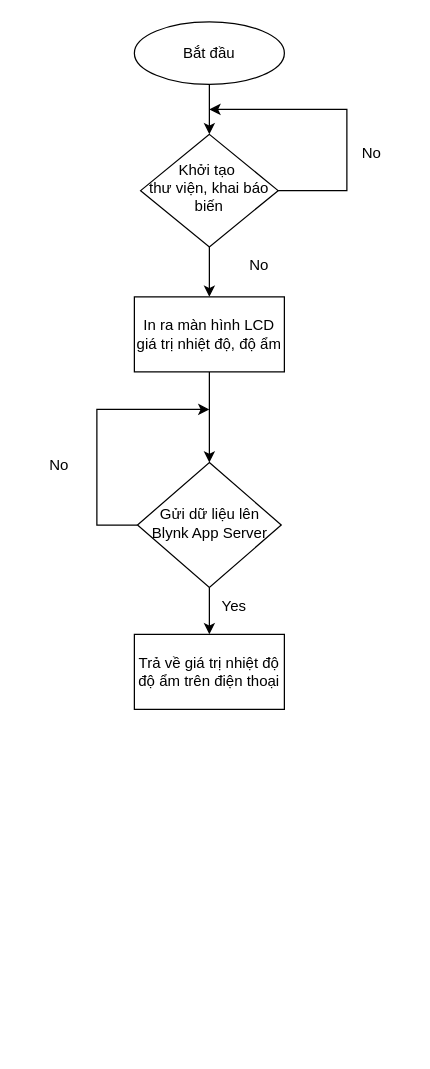
Earlier version of the draw.io diagram Pham_Van_Tri_2018605310/Quyen_bao_Cao/draw_io/follow_chart_esp32_01.drawio (lequangthinhhaui/doAn2022). Source tidied: cells renumbered, new cells numbered last; positions are measured from the earlier drawing's top-left corner, leaving out a move shared by most shapes. Both pictures are drawn from the tidied source at 125%, with x=0, y=0 at pixel (21, 21).
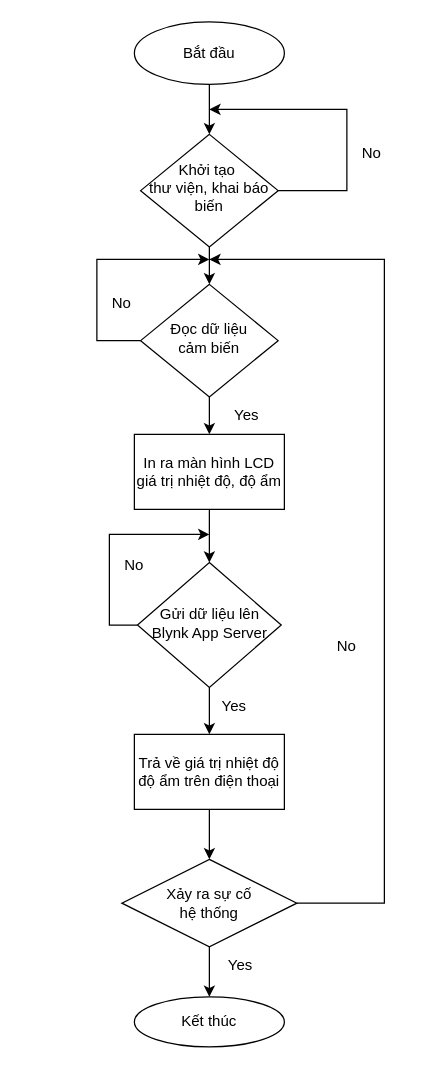
The same page after the edit.

The change refers to these unchanged cells:
```xml
<mxCell id="4" value="Khởi tạo&amp;nbsp;&lt;br&gt;thư viện, khai báo biến" style="rhombus;whiteSpace=wrap;html=1;shadow=0;fontFamily=Helvetica;fontSize=12;align=center;strokeWidth=1;spacing=6;spacingTop=-4;" parent="1" vertex="1">
  <mxGeometry x="95" y="90" width="110" height="90" as="geometry" />
</mxCell>
```

Diff of the diagram source:
```diff
@@
-    <mxCell id="3" style="edgeStyle=orthogonalEdgeStyle;rounded=0;jettySize=auto;html=1;entryX=0.5;entryY=0;entryDx=0;entryDy=0;" parent="1" edge="1" source="4" target="9">
-      <mxGeometry relative="1" as="geometry" />
-    </mxCell>
+    <mxCell id="17" style="edgeStyle=orthogonalEdgeStyle;rounded=0;jettySize=auto;html=1;entryX=0.5;entryY=0;entryDx=0;entryDy=0;" parent="1" edge="1" source="4" target="28">
+      <mxGeometry relative="1" as="geometry" />
+    </mxCell>
@@
     <mxCell id="5" style="edgeStyle=orthogonalEdgeStyle;rounded=0;jettySize=auto;html=1;" parent="1" edge="1" source="7">
       <mxGeometry relative="1" as="geometry">
-        <mxPoint x="150" y="310" as="targetPoint" />
+        <mxPoint x="150" y="410" as="targetPoint" />
         <Array as="points">
-          <mxPoint x="60" y="403" />
-          <mxPoint x="60" y="310" />
+          <mxPoint x="70" y="482" />
+          <mxPoint x="70" y="410" />
         </Array>
       </mxGeometry>
     </mxCell>
     <mxCell id="6" style="edgeStyle=orthogonalEdgeStyle;rounded=0;jettySize=auto;html=1;" parent="1" edge="1" source="7">
       <mxGeometry relative="1" as="geometry">
-        <mxPoint x="150" y="490" as="targetPoint" />
+        <mxPoint x="150" y="570" as="targetPoint" />
       </mxGeometry>
     </mxCell>
     <mxCell id="7" value="Gửi dữ liệu lên Blynk App Server" style="rhombus;whiteSpace=wrap;html=1;shadow=0;fontFamily=Helvetica;fontSize=12;align=center;strokeWidth=1;spacing=6;spacingTop=-4;" parent="1" vertex="1">
-      <mxGeometry x="92.5" y="352.5" width="115" height="100" as="geometry" />
+      <mxGeometry x="92.5" y="432.5" width="115" height="100" as="geometry" />
     </mxCell>
+    <mxCell id="18" style="edgeStyle=orthogonalEdgeStyle;rounded=0;jettySize=auto;html=1;" parent="1" edge="1" source="8" target="21">
+      <mxGeometry relative="1" as="geometry" />
+    </mxCell>
     <mxCell id="8" value="Trả về giá trị nhiệt độ độ ẩm trên điện thoại" style="rounded=0;whiteSpace=wrap;html=1;" parent="1" vertex="1">
-      <mxGeometry x="90" y="490" width="120" height="60" as="geometry" />
+      <mxGeometry x="90" y="570" width="120" height="60" as="geometry" />
     </mxCell>
     <mxCell id="9" value="In ra màn hình LCD giá trị nhiệt độ, độ ẩm" style="rounded=0;whiteSpace=wrap;html=1;" parent="1" vertex="1">
-      <mxGeometry x="90" y="220" width="120" height="60" as="geometry" />
+      <mxGeometry x="90" y="330" width="120" height="60" as="geometry" />
     </mxCell>
@@
     <mxCell id="11" value="Yes" style="text;html=1;strokeColor=none;fillColor=none;align=center;verticalAlign=middle;whiteSpace=wrap;rounded=0;" parent="1" vertex="1">
-      <mxGeometry x="140" y="452.5" width="60" height="30" as="geometry" />
+      <mxGeometry x="140" y="532.5" width="60" height="30" as="geometry" />
     </mxCell>
@@
     <mxCell id="14" value="No" style="text;html=1;strokeColor=none;fillColor=none;align=center;verticalAlign=middle;whiteSpace=wrap;rounded=0;" parent="1" vertex="1">
-      <mxGeometry y="340" width="60" height="30" as="geometry" />
+      <mxGeometry x="60" y="420" width="60" height="30" as="geometry" />
     </mxCell>
@@
-    <mxCell id="16" value="No" style="text;html=1;strokeColor=none;fillColor=none;align=center;verticalAlign=middle;whiteSpace=wrap;rounded=0;" parent="1" vertex="1">
-      <mxGeometry x="160" y="180" width="60" height="30" as="geometry" />
-    </mxCell>
+    <mxCell id="19" style="edgeStyle=orthogonalEdgeStyle;rounded=0;jettySize=auto;html=1;entryX=0.5;entryY=0;entryDx=0;entryDy=0;" parent="1" edge="1" source="21">
+      <mxGeometry relative="1" as="geometry">
+        <mxPoint x="150" y="780" as="targetPoint" />
+      </mxGeometry>
+    </mxCell>
+    <mxCell id="20" style="edgeStyle=orthogonalEdgeStyle;rounded=0;jettySize=auto;html=1;" parent="1" edge="1" source="21">
+      <mxGeometry relative="1" as="geometry">
+        <mxPoint x="150" y="190" as="targetPoint" />
+        <Array as="points">
+          <mxPoint x="290" y="705" />
+          <mxPoint x="290" y="190" />
+        </Array>
+      </mxGeometry>
+    </mxCell>
+    <mxCell id="21" value="Xảy ra sự cố &lt;br&gt;hệ thống" style="rhombus;whiteSpace=wrap;html=1;" parent="1" vertex="1">
+      <mxGeometry x="80" y="670" width="140" height="70" as="geometry" />
+    </mxCell>
+    <mxCell id="22" value="No" style="text;html=1;strokeColor=none;fillColor=none;align=center;verticalAlign=middle;whiteSpace=wrap;rounded=0;" parent="1" vertex="1">
+      <mxGeometry x="230" y="485" width="60" height="30" as="geometry" />
+    </mxCell>
+    <mxCell id="23" value="Yes" style="text;html=1;strokeColor=none;fillColor=none;align=center;verticalAlign=middle;whiteSpace=wrap;rounded=0;" parent="1" vertex="1">
+      <mxGeometry x="145" y="740" width="60" height="30" as="geometry" />
+    </mxCell>
+    <mxCell id="24" value="Kết thúc" style="ellipse;whiteSpace=wrap;html=1;" parent="1" vertex="1">
+      <mxGeometry x="90" y="780" width="120" height="40" as="geometry" />
+    </mxCell>
+    <mxCell id="25" value="Yes" style="text;html=1;strokeColor=none;fillColor=none;align=center;verticalAlign=middle;whiteSpace=wrap;rounded=0;" parent="1" vertex="1">
+      <mxGeometry x="150" y="300" width="60" height="30" as="geometry" />
+    </mxCell>
+    <mxCell id="26" style="edgeStyle=orthogonalEdgeStyle;rounded=0;jettySize=auto;html=1;entryX=0.5;entryY=0;entryDx=0;entryDy=0;" parent="1" edge="1" target="9">
+      <mxGeometry relative="1" as="geometry">
+        <mxPoint x="150" y="300" as="sourcePoint" />
+      </mxGeometry>
+    </mxCell>
+    <mxCell id="27" style="edgeStyle=orthogonalEdgeStyle;rounded=0;jettySize=auto;html=1;" parent="1" edge="1" source="28">
+      <mxGeometry relative="1" as="geometry">
+        <mxPoint x="150" y="190" as="targetPoint" />
+        <Array as="points">
+          <mxPoint x="60" y="255" />
+          <mxPoint x="60" y="190" />
+        </Array>
+      </mxGeometry>
+    </mxCell>
+    <mxCell id="28" value="Đọc dữ liệu &lt;br&gt;cảm biến" style="rhombus;whiteSpace=wrap;html=1;shadow=0;fontFamily=Helvetica;fontSize=12;align=center;strokeWidth=1;spacing=6;spacingTop=-4;" parent="1" vertex="1">
+      <mxGeometry x="95" y="210" width="110" height="90" as="geometry" />
+    </mxCell>
+    <mxCell id="29" value="No" style="text;html=1;strokeColor=none;fillColor=none;align=center;verticalAlign=middle;whiteSpace=wrap;rounded=0;" parent="1" vertex="1">
+      <mxGeometry x="50" y="210" width="60" height="30" as="geometry" />
+    </mxCell>
```
